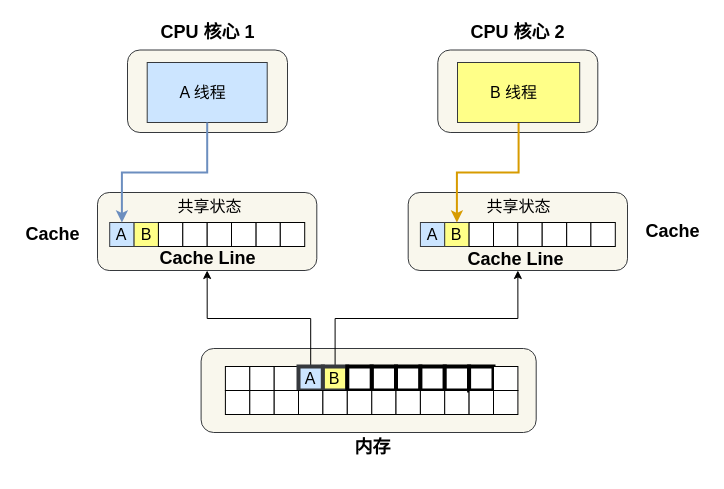
Before: 操作系统/CPU伪共享/分析伪共享3.drawio in xiaolincoder/ImageHost3, a draw.io diagram. Source tidied: cells renumbered, new cells numbered last; positions are measured from the earlier drawing's top-left corner, leaving out a move shared by most shapes. Both pictures are drawn from the tidied source at 100%, with x=0, y=0 at pixel (17, 17).
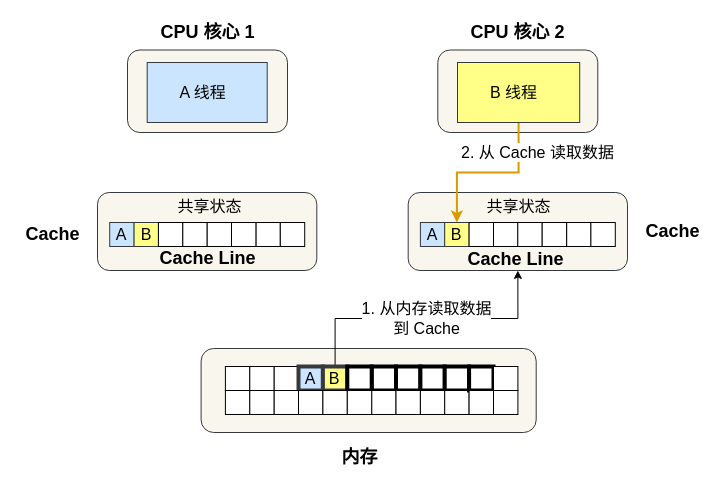
Above is the later version.

Commit message (it also covers changes not shown here):
Update 分析伪共享3.drawio

Unchanged cells that the change refers to:
```xml
<mxCell id="3" value="&lt;font style=&quot;font-size: 16px&quot;&gt;A 线程&amp;nbsp;&amp;nbsp;&lt;/font&gt;" style="rounded=0;whiteSpace=wrap;html=1;shadow=0;sketch=0;strokeWidth=1;fillColor=#cce5ff;strokeColor=#36393d;" parent="1" vertex="1">
  <mxGeometry x="129.7" y="45" width="120" height="60" as="geometry" />
</mxCell>
<mxCell id="5" style="rounded=1;whiteSpace=wrap;html=1;shadow=0;sketch=0;strokeWidth=1;fillColor=#f9f7ed;strokeColor=#36393d;" parent="1" vertex="1">
  <mxGeometry x="390.7" y="175" width="219.3" height="78" as="geometry" />
</mxCell>
<mxCell id="6" style="rounded=1;whiteSpace=wrap;html=1;shadow=0;sketch=0;strokeWidth=1;fillColor=#f9f7ed;strokeColor=#36393d;" parent="1" vertex="1">
  <mxGeometry x="80" y="175" width="219.3" height="78" as="geometry" />
</mxCell>
<mxCell id="12" value="A" style="rounded=0;whiteSpace=wrap;html=1;strokeWidth=4;fillColor=#cce5ff;strokeColor=#36393d;fontSize=16;" parent="1" vertex="1">
  <mxGeometry x="281" y="349" width="24.4" height="24" as="geometry" />
</mxCell>
<mxCell id="13" value="B" style="rounded=0;whiteSpace=wrap;html=1;strokeWidth=4;fillColor=#ffff88;strokeColor=#36393d;fontSize=16;" parent="1" vertex="1">
  <mxGeometry x="305.4" y="349" width="24.4" height="24" as="geometry" />
</mxCell>
<mxCell id="29" value="A" style="rounded=0;whiteSpace=wrap;html=1;fillColor=#cce5ff;strokeColor=#36393d;fontSize=16;" parent="1" vertex="1">
  <mxGeometry x="92.2" y="205" width="24.4" height="24" as="geometry" />
</mxCell>
<mxCell id="38" value="B" style="rounded=0;whiteSpace=wrap;html=1;fillColor=#ffff88;strokeColor=#36393d;fontSize=16;" parent="1" vertex="1">
  <mxGeometry x="427.2" y="205" width="24.4" height="24" as="geometry" />
</mxCell>
<mxCell id="52" value="&lt;font style=&quot;font-size: 16px&quot;&gt;B 线程&amp;nbsp;&amp;nbsp;&lt;/font&gt;" style="rounded=0;whiteSpace=wrap;html=1;shadow=0;sketch=0;strokeWidth=1;fillColor=#ffff88;strokeColor=#36393d;" parent="1" vertex="1">
  <mxGeometry x="440" y="45" width="122.2" height="60" as="geometry" />
</mxCell>
```

Change to the diagram source:
```diff
@@
-    <mxCell id="7" style="edgeStyle=orthogonalEdgeStyle;rounded=0;jettySize=auto;html=1;exitX=0.5;exitY=0;exitDx=0;exitDy=0;entryX=0.5;entryY=1;entryDx=0;entryDy=0;" parent="1" edge="1" source="12" target="6">
-      <mxGeometry x="20" y="70" as="geometry" />
-    </mxCell>
@@
-    <mxCell id="9" style="edgeStyle=orthogonalEdgeStyle;rounded=0;jettySize=auto;html=1;entryX=0.5;entryY=1;entryDx=0;entryDy=0;exitX=0.5;exitY=0;exitDx=0;exitDy=0;" parent="1" edge="1" source="13" target="5">
+    <mxCell id="9" value="1. 从内存读取数据&lt;br&gt;到 Cache" style="edgeStyle=orthogonalEdgeStyle;rounded=0;jettySize=auto;html=1;entryX=0.5;entryY=1;entryDx=0;entryDy=0;exitX=0.5;exitY=0;exitDx=0;exitDy=0;fontSize=16;" parent="1" edge="1" source="13" target="5">
       <mxGeometry x="20" y="70" as="geometry" />
     </mxCell>
@@
-    <mxCell id="51" style="edgeStyle=orthogonalEdgeStyle;rounded=0;jettySize=auto;html=1;fontSize=18;fillColor=#ffcd28;gradientColor=#ffa500;strokeColor=#d79b00;strokeWidth=2;" parent="1" edge="1" source="52" target="38">
-      <mxGeometry relative="1" as="geometry" />
+    <mxCell id="51" value="2. 从 Cache 读取数据" style="edgeStyle=orthogonalEdgeStyle;rounded=0;jettySize=auto;html=1;fontSize=16;fillColor=#ffcd28;gradientColor=#ffa500;strokeColor=#d79b00;strokeWidth=2;" parent="1" edge="1" source="52" target="38">
+      <mxGeometry x="-0.63" y="19" relative="1" as="geometry" />
     </mxCell>
@@
-    <mxCell id="56" style="edgeStyle=orthogonalEdgeStyle;rounded=0;jettySize=auto;html=1;entryX=0.5;entryY=0;entryDx=0;entryDy=0;fontSize=18;fillColor=#dae8fc;strokeColor=#6c8ebf;gradientColor=#7ea6e0;strokeWidth=2;exitX=0.5;exitY=1;exitDx=0;exitDy=0;" parent="1" edge="1" source="3" target="29">
-      <mxGeometry relative="1" as="geometry" />
-    </mxCell>
     <mxCell id="57" value="内存" style="text;html=1;align=center;verticalAlign=middle;fontSize=18;fontStyle=1;" parent="1" vertex="1">
-      <mxGeometry x="329.8" y="415" width="50" height="30" as="geometry" />
+      <mxGeometry x="317" y="425" width="50" height="30" as="geometry" />
     </mxCell>
```
